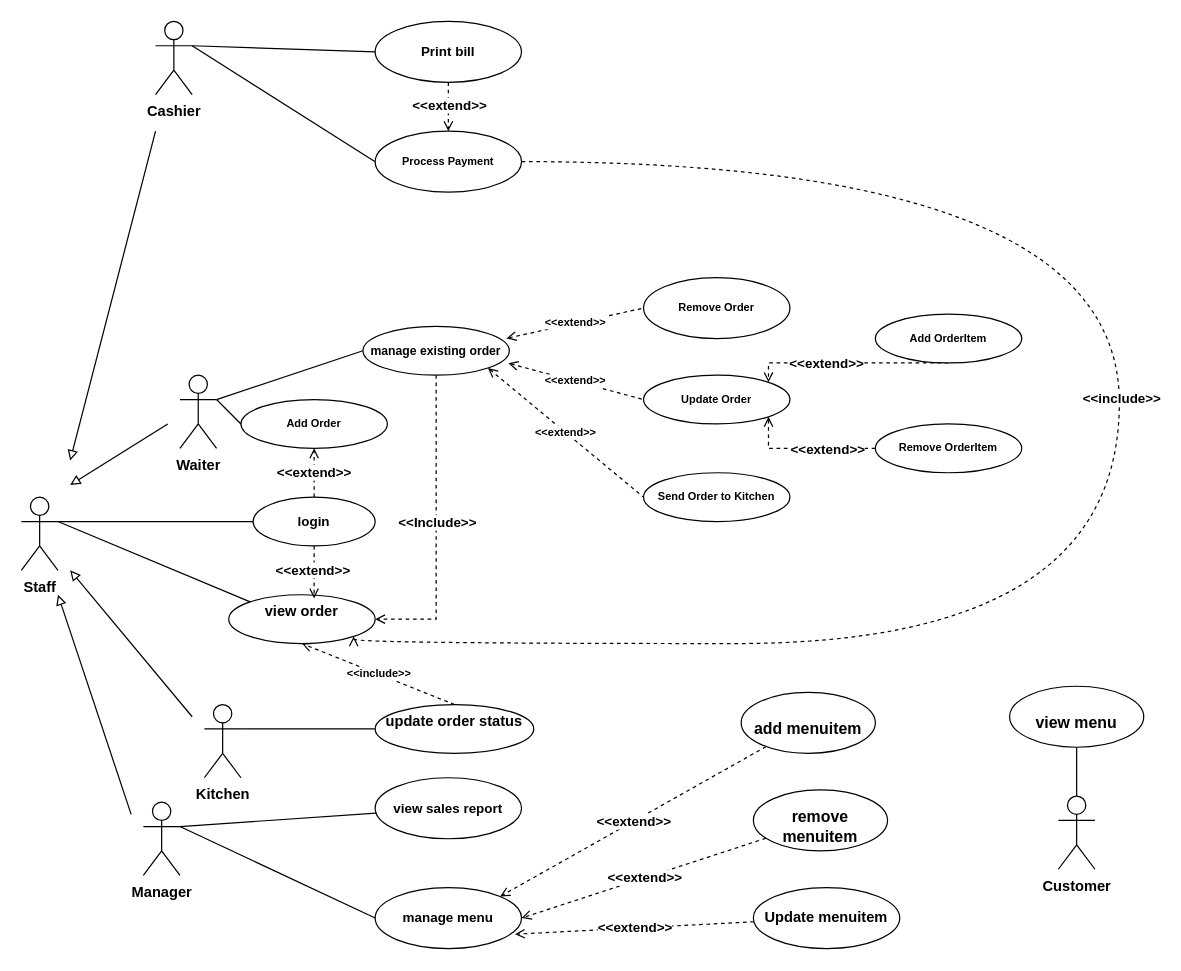
Above: page "Page-1" (1 of 2) of Restaurant_usecase.drawio in hoangda24312/Restaurant-Management-Group-Project (draw.io), before the change. Source tidied: cells renumbered, new cells numbered last; positions are measured from the earlier drawing's top-left corner, leaving out a move shared by most shapes. Both pictures are drawn from the tidied source at 122%, with x=0, y=0 at pixel (21, 21).
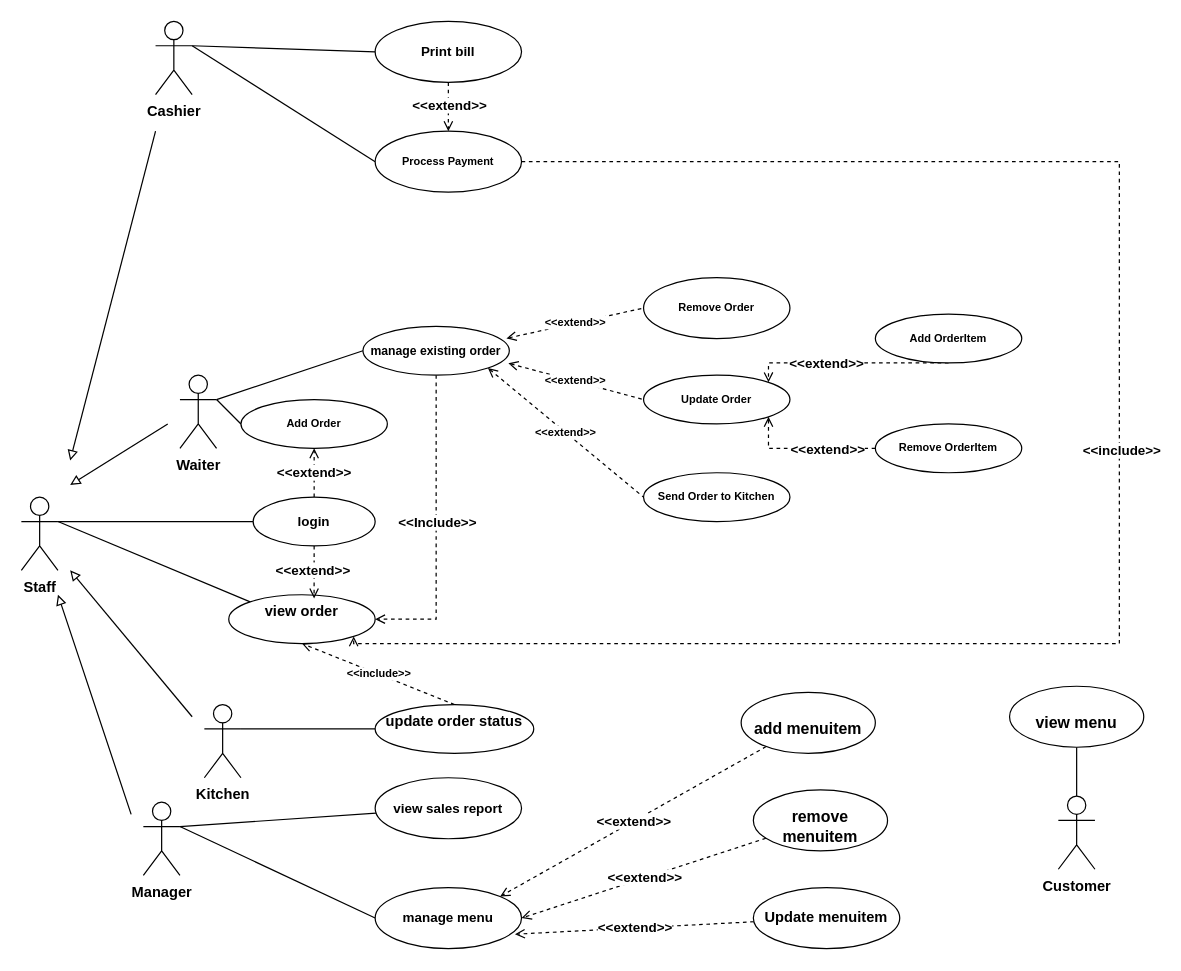
The same page after the edit.

Commit message:
+ noi database

The change refers to these unchanged cells:
```xml
<mxCell id="21" value="&lt;br&gt;&lt;font face=&quot;Arial, sans-serif&quot;&gt;&lt;span style=&quot;white-space-collapse: preserve;&quot;&gt;Process Payment&lt;/span&gt;&lt;/font&gt;&lt;div&gt;&lt;br&gt;&lt;/div&gt;" style="ellipse;whiteSpace=wrap;html=1;fontSize=9;fontColor=default;fontStyle=1;" parent="1" vertex="1">
  <mxGeometry x="290" y="90" width="120" height="50" as="geometry" />
</mxCell>
<mxCell id="25" value="&lt;span style=&quot;&quot;&gt;&lt;font style=&quot;font-size: 12px;&quot;&gt;view order&lt;/font&gt;&lt;/span&gt;" style="ellipse;whiteSpace=wrap;html=1;fontSize=9;verticalAlign=top;align=center;fontStyle=1;" parent="1" vertex="1">
  <mxGeometry x="170" y="470" width="120" height="40" as="geometry" />
</mxCell>
```

Change to the diagram source:
```diff
@@
-    <mxCell id="19" style="edgeStyle=orthogonalEdgeStyle;rounded=0;jettySize=auto;html=1;entryX=1;entryY=1;entryDx=0;entryDy=0;curved=1;endArrow=open;endFill=0;dashed=1;fontStyle=1;" parent="1" edge="1" source="21" target="25">
+    <mxCell id="19" style="edgeStyle=orthogonalEdgeStyle;rounded=0;jettySize=auto;html=1;entryX=1;entryY=1;entryDx=0;entryDy=0;curved=0;endArrow=open;endFill=0;dashed=1;fontStyle=1;" parent="1" edge="1" source="21" target="25">
       <mxGeometry relative="1" as="geometry">
         <Array as="points">
           <mxPoint x="900" y="115" />
           <mxPoint x="900" y="510" />
           <mxPoint x="272" y="510" />
         </Array>
       </mxGeometry>
     </mxCell>
     <mxCell id="20" value="&amp;lt;&amp;lt;include&amp;gt;&amp;gt;" style="edgeLabel;html=1;align=center;verticalAlign=middle;fontStyle=1;" parent="19" vertex="1">
-      <mxGeometry x="-0.1" y="1" relative="1" as="geometry" />
+      <mxGeometry x="-0.1" y="1" relative="1" as="geometry">
+        <mxPoint y="43" as="offset" />
+      </mxGeometry>
     </mxCell>
```
